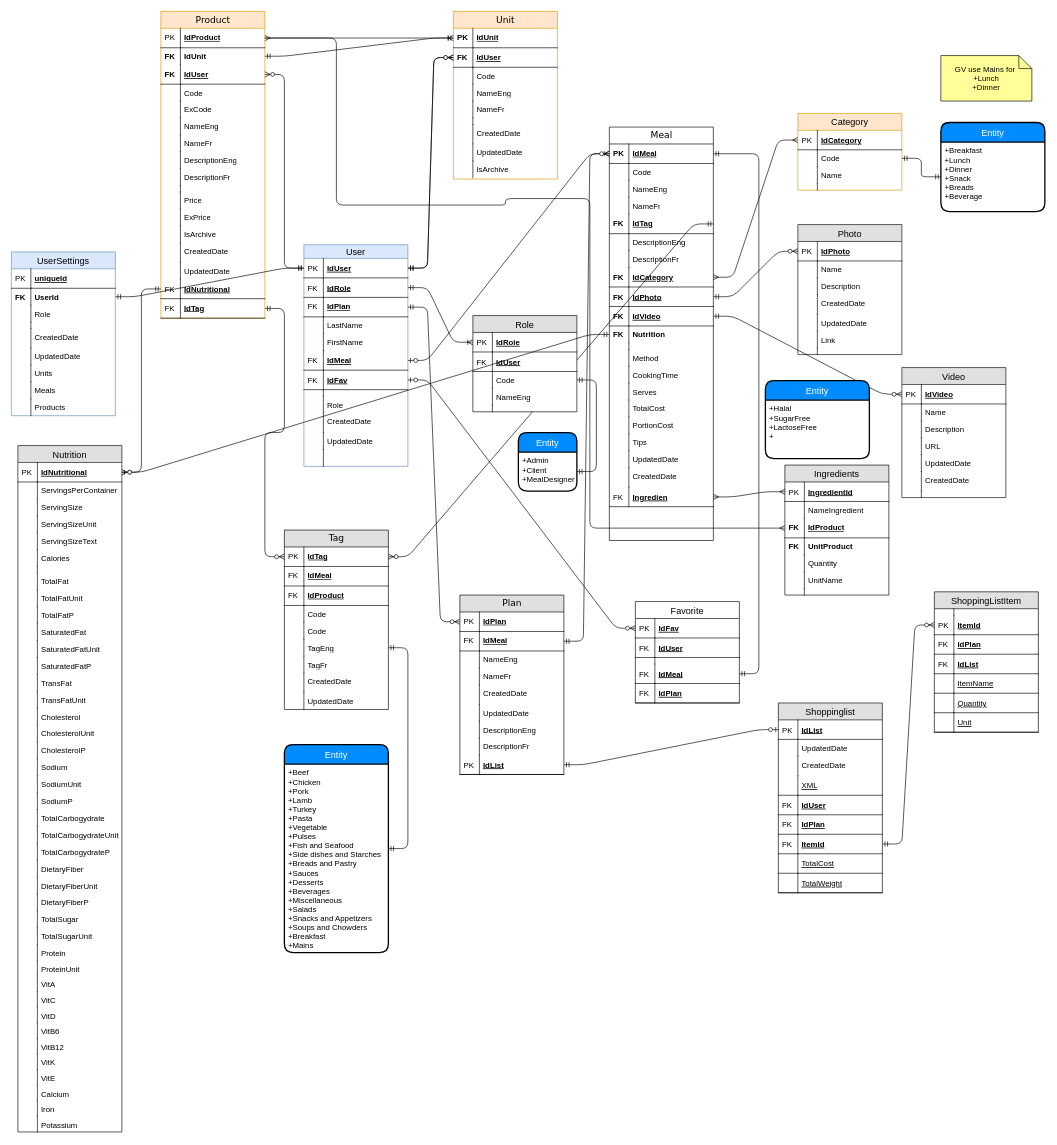
ElvinaCherepovich/MP_CivicTech keeps this draw.io diagram as MealPlannerErDiagram.drawio. Above is the earlier version. Source tidied: cells renumbered, new cells numbered last; positions are measured from the earlier drawing's top-left corner, leaving out a move shared by most shapes. Both pictures are drawn from the tidied source at 65%, with x=0, y=0 at pixel (11, 11).
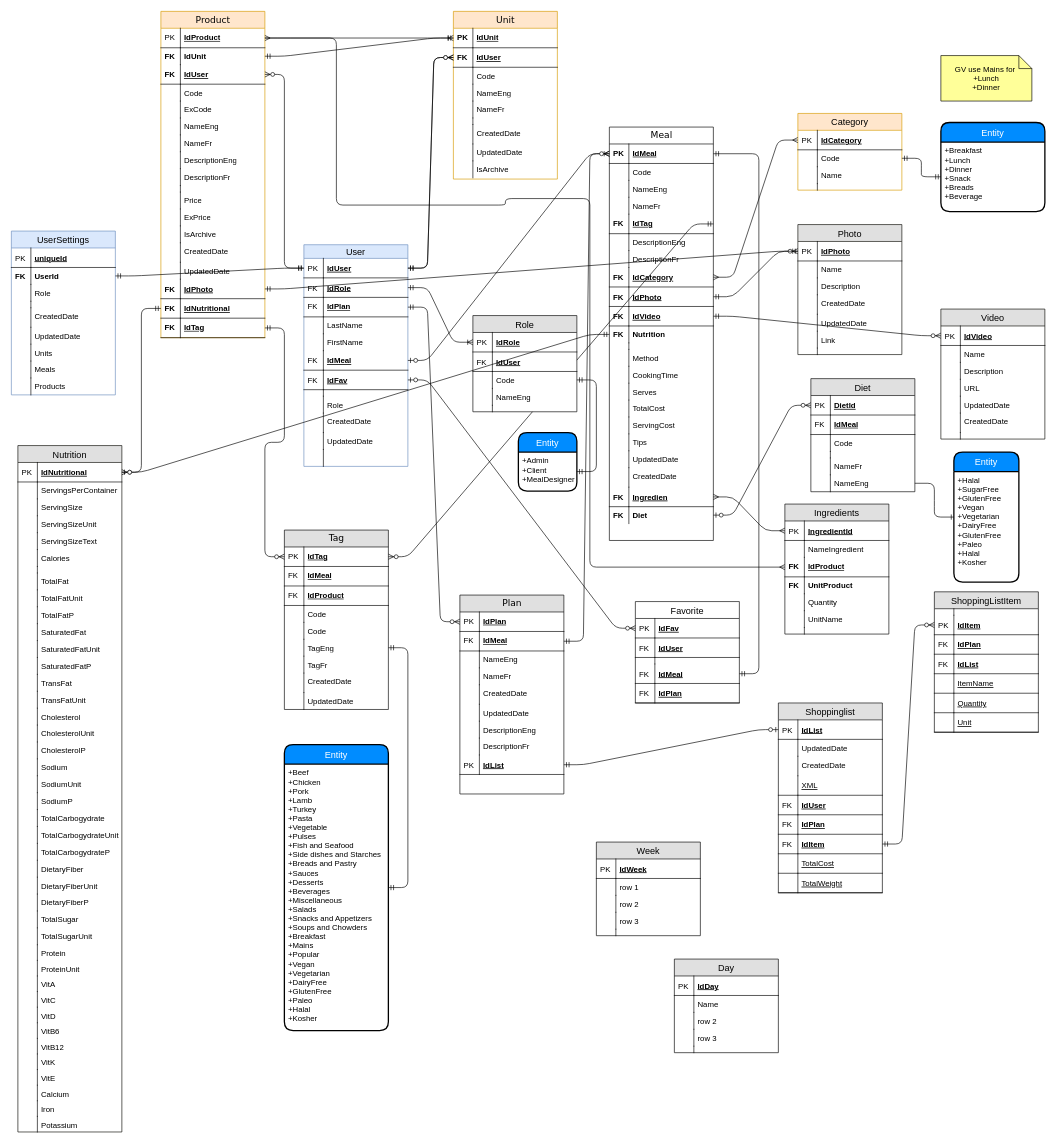
Above is the later version.

Unchanged cells that the change refers to:
```xml
<mxCell id="2" value="Meal" style="swimlane;html=1;fontStyle=0;horizontal=1;startSize=26;swimlaneFillColor=#ffffff;align=center;rounded=0;shadow=0;comic=0;labelBackgroundColor=none;strokeWidth=1;fontFamily=Verdana;fontSize=14;swimlaneLine=1;" parent="1" vertex="1">
  <mxGeometry x="920" y="178" width="160" height="636" as="geometry" />
</mxCell>
<mxCell id="43" value="Ingredien" style="shape=partialRectangle;top=0;left=0;right=0;bottom=1;align=left;verticalAlign=middle;fillColor=none;spacingLeft=34;spacingRight=4;overflow=hidden;points=[[0,0.5],[1,0.5]];portConstraint=eastwest;fontStyle=5;fontSize=12;" parent="2" vertex="1">
  <mxGeometry y="554" width="160" height="30" as="geometry" />
</mxCell>
<mxCell id="181" value="IdPhoto" style="shape=partialRectangle;top=0;left=0;right=0;bottom=1;align=left;verticalAlign=middle;fillColor=none;spacingLeft=34;spacingRight=4;overflow=hidden;points=[[0,0.5],[1,0.5]];portConstraint=eastwest;fontStyle=5;fontSize=12;" parent="180" vertex="1">
  <mxGeometry y="26" width="160" height="30" as="geometry" />
</mxCell>
<mxCell id="332" value="Shoppinglist" style="swimlane;fontStyle=0;horizontal=1;startSize=26;fillColor=#e0e0e0;swimlaneFillColor=#ffffff;align=center;fontSize=14;" parent="1" vertex="1">
  <mxGeometry x="1180" y="1064" width="160" height="292" as="geometry" />
</mxCell>
<mxCell id="351" value="ShoppingListItem" style="swimlane;fontStyle=0;horizontal=1;startSize=26;fillColor=#e0e0e0;swimlaneFillColor=#ffffff;align=center;fontSize=14;" parent="1" vertex="1">
  <mxGeometry x="1420" y="893" width="160" height="216" as="geometry" />
</mxCell>
```

What changed in the source:
```diff
@@
-    <mxCell id="35" value="PortionCost" style="shape=partialRectangle;top=0;left=0;right=0;bottom=0;html=1;align=left;verticalAlign=top;fillColor=none;spacingLeft=34;spacingRight=4;whiteSpace=wrap;overflow=hidden;fontStyle=0;" parent="2" vertex="1">
+    <mxCell id="35" value="ServingCost" style="shape=partialRectangle;top=0;left=0;right=0;bottom=0;html=1;align=left;verticalAlign=top;fillColor=none;spacingLeft=34;spacingRight=4;whiteSpace=wrap;overflow=hidden;fontStyle=0;" parent="2" vertex="1">
       <mxGeometry y="446" width="160" height="26" as="geometry" />
     </mxCell>
@@
-    <mxCell id="44" value="FK" style="shape=partialRectangle;top=0;left=0;bottom=0;fillColor=none;align=left;verticalAlign=middle;spacingLeft=4;spacingRight=4;overflow=hidden;fontSize=12;" parent="43" vertex="1">
+    <mxCell id="44" value="FK" style="shape=partialRectangle;top=0;left=0;bottom=0;fillColor=none;align=left;verticalAlign=middle;spacingLeft=4;spacingRight=4;overflow=hidden;fontSize=12;fontStyle=1;" parent="43" vertex="1">
       <mxGeometry width="30" height="30" as="geometry" />
     </mxCell>
+    <mxCell id="409" value="Diet" style="shape=partialRectangle;top=0;left=0;right=0;bottom=0;html=1;align=left;verticalAlign=top;fillColor=none;spacingLeft=34;spacingRight=4;whiteSpace=wrap;overflow=hidden;points=[[0,0.5],[1,0.5]];portConstraint=eastwest;fontStyle=1;" parent="2" vertex="1">
+      <mxGeometry y="584" width="160" height="26" as="geometry" />
+    </mxCell>
+    <mxCell id="410" value="FK" style="shape=partialRectangle;top=0;left=0;bottom=0;html=1;fillColor=none;align=left;verticalAlign=top;spacingLeft=4;spacingRight=4;whiteSpace=wrap;overflow=hidden;fontStyle=1;" parent="409" vertex="1">
+      <mxGeometry width="30" height="26" as="geometry" />
+    </mxCell>
     <mxCell id="45" value="Product" style="swimlane;html=1;fontStyle=0;horizontal=1;startSize=26;fillColor=#ffe6cc;swimlaneFillColor=#ffffff;align=center;rounded=0;shadow=0;comic=0;labelBackgroundColor=none;strokeWidth=1;fontFamily=Verdana;fontSize=14;strokeColor=#d79b00;" parent="1" vertex="1">
-      <mxGeometry x="230" width="160" height="472" as="geometry" />
+      <mxGeometry x="230" width="160" height="502" as="geometry" />
     </mxCell>
@@
+    <mxCell id="411" value="IdPhoto" style="shape=partialRectangle;top=0;left=0;right=0;bottom=1;align=left;verticalAlign=middle;fillColor=none;spacingLeft=34;spacingRight=4;overflow=hidden;points=[[0,0.5],[1,0.5]];portConstraint=eastwest;fontStyle=5;fontSize=12;" parent="45" vertex="1">
+      <mxGeometry y="412" width="160" height="30" as="geometry" />
+    </mxCell>
+    <mxCell id="412" value="FK" style="shape=partialRectangle;top=0;left=0;bottom=0;fillColor=none;align=left;verticalAlign=middle;spacingLeft=4;spacingRight=4;overflow=hidden;fontSize=12;fontStyle=1;" parent="411" vertex="1">
+      <mxGeometry width="30" height="30" as="geometry" />
+    </mxCell>
     <mxCell id="76" value="IdNutritional" style="shape=partialRectangle;top=0;left=0;right=0;bottom=1;align=left;verticalAlign=middle;fillColor=none;spacingLeft=34;spacingRight=4;overflow=hidden;points=[[0,0.5],[1,0.5]];portConstraint=eastwest;fontStyle=5;fontSize=12;" parent="45" vertex="1">
-      <mxGeometry y="412" width="160" height="30" as="geometry" />
+      <mxGeometry y="442" width="160" height="30" as="geometry" />
     </mxCell>
-    <mxCell id="77" value="FK" style="shape=partialRectangle;top=0;left=0;bottom=0;fillColor=none;align=left;verticalAlign=middle;spacingLeft=4;spacingRight=4;overflow=hidden;fontSize=12;" parent="76" vertex="1">
+    <mxCell id="77" value="FK" style="shape=partialRectangle;top=0;left=0;bottom=0;fillColor=none;align=left;verticalAlign=middle;spacingLeft=4;spacingRight=4;overflow=hidden;fontSize=12;fontStyle=1;" parent="76" vertex="1">
       <mxGeometry width="30" height="30" as="geometry" />
     </mxCell>
     <mxCell id="78" value="IdTag" style="shape=partialRectangle;top=0;left=0;right=0;bottom=1;html=1;align=left;verticalAlign=middle;fillColor=none;spacingLeft=34;spacingRight=4;whiteSpace=wrap;overflow=hidden;points=[[0,0.5],[1,0.5]];portConstraint=eastwest;fontStyle=5;" parent="45" vertex="1">
-      <mxGeometry y="442" width="160" height="30" as="geometry" />
+      <mxGeometry y="472" width="160" height="30" as="geometry" />
     </mxCell>
-    <mxCell id="79" value="FK" style="shape=partialRectangle;top=0;left=0;bottom=0;html=1;fillColor=none;align=left;verticalAlign=middle;spacingLeft=4;spacingRight=4;whiteSpace=wrap;overflow=hidden;" parent="78" vertex="1">
+    <mxCell id="79" value="&lt;b&gt;FK&lt;/b&gt;" style="shape=partialRectangle;top=0;left=0;bottom=0;html=1;fillColor=none;align=left;verticalAlign=middle;spacingLeft=4;spacingRight=4;whiteSpace=wrap;overflow=hidden;" parent="78" vertex="1">
       <mxGeometry width="30" height="30" as="geometry" />
     </mxCell>
@@
     <mxCell id="196" value="Video" style="swimlane;fontStyle=0;horizontal=1;startSize=26;fillColor=#e0e0e0;swimlaneFillColor=#ffffff;align=center;fontSize=14;strokeColor=#0A0A04;" parent="1" vertex="1">
-      <mxGeometry x="1370" y="548" width="160" height="200" as="geometry" />
+      <mxGeometry x="1430" y="458" width="160" height="200" as="geometry" />
     </mxCell>
@@
     <mxCell id="309" value="Plan" style="swimlane;html=1;fontStyle=0;horizontal=1;startSize=26;fillColor=#e0e0e0;swimlaneFillColor=#ffffff;align=center;rounded=0;shadow=0;comic=0;labelBackgroundColor=none;strokeWidth=1;fontFamily=Verdana;fontSize=14;" parent="1" vertex="1">
-      <mxGeometry x="690" y="898" width="160" height="276" as="geometry" />
+      <mxGeometry x="690" y="898" width="160" height="306" as="geometry" />
     </mxCell>
@@
-    <mxCell id="345" value="ItemId" style="shape=partialRectangle;top=0;left=0;right=0;bottom=1;align=left;verticalAlign=middle;fillColor=none;spacingLeft=34;spacingRight=4;overflow=hidden;points=[[0,0.5],[1,0.5]];portConstraint=eastwest;fontStyle=5;fontSize=12;" parent="332" vertex="1">
+    <mxCell id="345" value="IdItem" style="shape=partialRectangle;top=0;left=0;right=0;bottom=1;align=left;verticalAlign=middle;fillColor=none;spacingLeft=34;spacingRight=4;overflow=hidden;points=[[0,0.5],[1,0.5]];portConstraint=eastwest;fontStyle=5;fontSize=12;" parent="332" vertex="1">
       <mxGeometry y="202" width="160" height="30" as="geometry" />
     </mxCell>
@@
-    <mxCell id="354" value="ItemId" style="shape=partialRectangle;top=0;left=0;right=0;bottom=1;align=left;verticalAlign=middle;fillColor=none;spacingLeft=34;spacingRight=4;overflow=hidden;points=[[0,0.5],[1,0.5]];portConstraint=eastwest;fontStyle=5;fontSize=12;" parent="351" vertex="1">
+    <mxCell id="354" value="IdItem" style="shape=partialRectangle;top=0;left=0;right=0;bottom=1;align=left;verticalAlign=middle;fillColor=none;spacingLeft=34;spacingRight=4;overflow=hidden;points=[[0,0.5],[1,0.5]];portConstraint=eastwest;fontStyle=5;fontSize=12;" parent="351" vertex="1">
       <mxGeometry y="36" width="160" height="30" as="geometry" />
     </mxCell>
@@
     <mxCell id="368" value="Ingredients" style="swimlane;fontStyle=0;horizontal=1;startSize=26;fillColor=#e0e0e0;swimlaneFillColor=#ffffff;align=center;fontSize=14;" parent="1" vertex="1">
-      <mxGeometry x="1190" y="698" width="160" height="200" as="geometry" />
+      <mxGeometry x="1190" y="758" width="160" height="200" as="geometry" />
     </mxCell>
@@
     <mxCell id="384" value="Entity" style="swimlane;horizontal=1;startSize=30;fillColor=#008cff;fontColor=#FFFFFF;rounded=1;fontSize=14;fontStyle=0;strokeWidth=2;shadow=0;dashed=0;align=center;" parent="1" vertex="1">
-      <mxGeometry x="1160" y="568" width="160" height="120" as="geometry" />
+      <mxGeometry x="1450" y="678" width="100" height="200" as="geometry" />
     </mxCell>
-    <mxCell id="385" value="+Halal&#10;+SugarFree&#10;+LactoseFree&#10;+" style="align=left;strokeColor=none;fillColor=none;spacingLeft=4;fontSize=12;verticalAlign=top;" parent="384" vertex="1">
-      <mxGeometry y="30" width="160" height="90" as="geometry" />
+    <mxCell id="385" value="+Halal&#10;+SugarFree&#10;+GlutenFree&#10;+Vegan&#10;+Vegetarian&#10;+DairyFree&#10;+GlutenFree&#10;+Paleo&#10;+Halal&#10;+Kosher" style="align=left;strokeColor=none;fillColor=none;spacingLeft=4;fontSize=12;verticalAlign=top;" parent="384" vertex="1">
+      <mxGeometry y="30" width="100" height="170" as="geometry" />
     </mxCell>
     <mxCell id="386" value="UserSettings" style="swimlane;fontStyle=0;horizontal=1;startSize=26;fillColor=#dae8fc;swimlaneFillColor=#ffffff;align=center;fontSize=14;strokeColor=#6c8ebf;" parent="1" vertex="1">
-      <mxGeometry y="370" width="160" height="252" as="geometry" />
+      <mxGeometry y="338" width="160" height="252" as="geometry" />
     </mxCell>
@@
     <mxCell id="406" value="Entity" style="swimlane;horizontal=1;startSize=30;fillColor=#008cff;fontColor=#FFFFFF;rounded=1;fontSize=14;fontStyle=0;strokeWidth=2;shadow=0;dashed=0;align=center;" parent="1" vertex="1">
-      <mxGeometry x="420" y="1128" width="160" height="320" as="geometry" />
+      <mxGeometry x="420" y="1128" width="160" height="440" as="geometry" />
     </mxCell>
-    <mxCell id="407" value="+Beef&#10;+Chicken&#10;+Pork&#10;+Lamb&#10;+Turkey&#10;+Pasta&#10;+Vegetable &#10;+Pulses &#10;+Fish and Seafood&#10;+Side dishes and Starches&#10;+Breads and Pastry&#10;+Sauces&#10;+Desserts&#10;+Beverages&#10;+Miscellaneous&#10;+Salads&#10;+Snacks and Appetizers&#10;+Soups and Chowders&#10;+Breakfast&#10;+Mains&#10;" style="align=left;strokeColor=none;fillColor=none;spacingLeft=4;fontSize=12;verticalAlign=top;" parent="406" vertex="1">
-      <mxGeometry y="30" width="160" height="290" as="geometry" />
+    <mxCell id="407" value="+Beef&#10;+Chicken&#10;+Pork&#10;+Lamb&#10;+Turkey&#10;+Pasta&#10;+Vegetable &#10;+Pulses &#10;+Fish and Seafood&#10;+Side dishes and Starches&#10;+Breads and Pastry&#10;+Sauces&#10;+Desserts&#10;+Beverages&#10;+Miscellaneous&#10;+Salads&#10;+Snacks and Appetizers&#10;+Soups and Chowders&#10;+Breakfast&#10;+Mains&#10;+Popular&#10;+Vegan&#10;+Vegetarian&#10;+DairyFree&#10;+GlutenFree&#10;+Paleo&#10;+Halal&#10;+Kosher&#10;" style="align=left;strokeColor=none;fillColor=none;spacingLeft=4;fontSize=12;verticalAlign=top;" parent="406" vertex="1">
+      <mxGeometry y="30" width="160" height="410" as="geometry" />
     </mxCell>
@@
+    <mxCell id="413" value="Diet" style="swimlane;fontStyle=0;horizontal=1;startSize=26;fillColor=#e0e0e0;swimlaneFillColor=#ffffff;align=center;fontSize=14;" parent="1" vertex="1">
+      <mxGeometry x="1230" y="565" width="160" height="174" as="geometry" />
+    </mxCell>
+    <mxCell id="414" value="DietId" style="shape=partialRectangle;top=0;left=0;right=0;bottom=1;align=left;verticalAlign=middle;fillColor=none;spacingLeft=34;spacingRight=4;overflow=hidden;points=[[0,0.5],[1,0.5]];portConstraint=eastwest;fontStyle=5;fontSize=12;" parent="413" vertex="1">
+      <mxGeometry y="26" width="160" height="30" as="geometry" />
+    </mxCell>
+    <mxCell id="415" value="PK" style="shape=partialRectangle;top=0;left=0;bottom=0;fillColor=none;align=left;verticalAlign=middle;spacingLeft=4;spacingRight=4;overflow=hidden;fontSize=12;" parent="414" vertex="1">
+      <mxGeometry width="30" height="30" as="geometry" />
+    </mxCell>
+    <mxCell id="416" value="IdMeal" style="shape=partialRectangle;top=0;left=0;right=0;bottom=1;html=1;align=left;verticalAlign=middle;fillColor=none;spacingLeft=34;spacingRight=4;whiteSpace=wrap;overflow=hidden;fontStyle=5;" parent="413" vertex="1">
+      <mxGeometry y="56" width="160" height="30" as="geometry" />
+    </mxCell>
+    <mxCell id="417" value="FK" style="shape=partialRectangle;top=0;left=0;bottom=0;html=1;fillColor=none;align=left;verticalAlign=middle;spacingLeft=4;spacingRight=4;whiteSpace=wrap;overflow=hidden;" parent="416" vertex="1">
+      <mxGeometry width="30" height="30" as="geometry" />
+    </mxCell>
+    <mxCell id="418" value="Code" style="shape=partialRectangle;top=0;left=0;right=0;bottom=0;align=left;verticalAlign=top;fillColor=none;spacingLeft=34;spacingRight=4;overflow=hidden;fontSize=12;" parent="413" vertex="1">
+      <mxGeometry y="86" width="160" height="26" as="geometry" />
+    </mxCell>
+    <mxCell id="419" style="shape=partialRectangle;top=0;left=0;bottom=0;fillColor=none;align=left;verticalAlign=top;spacingLeft=4;spacingRight=4;overflow=hidden;fontSize=12;" parent="418" vertex="1">
+      <mxGeometry width="30" height="26" as="geometry" />
+    </mxCell>
+    <mxCell id="420" style="shape=partialRectangle;top=0;left=0;right=0;bottom=0;align=left;verticalAlign=top;fillColor=none;spacingLeft=34;spacingRight=4;overflow=hidden;fontSize=12;" parent="413" vertex="1">
+      <mxGeometry y="112" width="160" height="10" as="geometry" />
+    </mxCell>
+    <mxCell id="421" style="shape=partialRectangle;top=0;left=0;bottom=0;fillColor=none;align=left;verticalAlign=top;spacingLeft=4;spacingRight=4;overflow=hidden;fontSize=12;" parent="420" vertex="1">
+      <mxGeometry width="30" height="10" as="geometry" />
+    </mxCell>
+    <mxCell id="422" value="NameFr" style="shape=partialRectangle;top=0;left=0;right=0;bottom=0;align=left;verticalAlign=top;fillColor=none;spacingLeft=34;spacingRight=4;overflow=hidden;fontSize=12;" parent="413" vertex="1">
+      <mxGeometry y="122" width="160" height="26" as="geometry" />
+    </mxCell>
+    <mxCell id="423" style="shape=partialRectangle;top=0;left=0;bottom=0;fillColor=none;align=left;verticalAlign=top;spacingLeft=4;spacingRight=4;overflow=hidden;fontSize=12;" parent="422" vertex="1">
+      <mxGeometry width="30" height="26" as="geometry" />
+    </mxCell>
+    <mxCell id="424" value="NameEng" style="shape=partialRectangle;top=0;left=0;right=0;bottom=0;align=left;verticalAlign=top;fillColor=none;spacingLeft=34;spacingRight=4;overflow=hidden;points=[[0,0.5],[1,0.5]];portConstraint=eastwest;fontSize=12;" parent="413" vertex="1">
+      <mxGeometry y="148" width="160" height="26" as="geometry" />
+    </mxCell>
+    <mxCell id="425" style="shape=partialRectangle;top=0;left=0;bottom=0;fillColor=none;align=left;verticalAlign=top;spacingLeft=4;spacingRight=4;overflow=hidden;fontSize=12;" parent="424" vertex="1">
+      <mxGeometry width="30" height="26" as="geometry" />
+    </mxCell>
+    <mxCell id="426" style="edgeStyle=entityRelationEdgeStyle;fontSize=12;html=1;endArrow=ERzeroToMany;startArrow=ERzeroToOne;" parent="1" edge="1" source="409" target="414">
+      <mxGeometry relative="1" as="geometry" />
+    </mxCell>
+    <mxCell id="427" style="edgeStyle=entityRelationEdgeStyle;fontSize=12;html=1;endArrow=ERone;endFill=1;" parent="1" edge="1" source="424" target="384">
+      <mxGeometry relative="1" as="geometry" />
+    </mxCell>
+    <mxCell id="428" style="edgeStyle=entityRelationEdgeStyle;fontSize=12;html=1;endArrow=ERmandOne;startArrow=ERmandOne;" parent="1" edge="1" source="411" target="181">
+      <mxGeometry relative="1" as="geometry" />
+    </mxCell>
+    <mxCell id="429" value="Day" style="swimlane;fontStyle=0;horizontal=1;startSize=26;fillColor=#e0e0e0;swimlaneFillColor=#ffffff;align=center;fontSize=14;" parent="1" vertex="1">
+      <mxGeometry x="1020" y="1458" width="160" height="144" as="geometry" />
+    </mxCell>
+    <mxCell id="430" value="IdDay" style="shape=partialRectangle;top=0;left=0;right=0;bottom=1;align=left;verticalAlign=middle;fillColor=none;spacingLeft=34;spacingRight=4;overflow=hidden;fontStyle=5;fontSize=12;" parent="429" vertex="1">
+      <mxGeometry y="26" width="160" height="30" as="geometry" />
+    </mxCell>
+    <mxCell id="431" value="PK" style="shape=partialRectangle;top=0;left=0;bottom=0;fillColor=none;align=left;verticalAlign=middle;spacingLeft=4;spacingRight=4;overflow=hidden;fontSize=12;" parent="430" vertex="1">
+      <mxGeometry width="30" height="30" as="geometry" />
+    </mxCell>
+    <mxCell id="432" value="Name" style="shape=partialRectangle;top=0;left=0;right=0;bottom=0;align=left;verticalAlign=top;fillColor=none;spacingLeft=34;spacingRight=4;overflow=hidden;fontSize=12;" parent="429" vertex="1">
+      <mxGeometry y="56" width="160" height="26" as="geometry" />
+    </mxCell>
+    <mxCell id="433" style="shape=partialRectangle;top=0;left=0;bottom=0;fillColor=none;align=left;verticalAlign=top;spacingLeft=4;spacingRight=4;overflow=hidden;fontSize=12;" parent="432" vertex="1">
+      <mxGeometry width="30" height="26" as="geometry" />
+    </mxCell>
+    <mxCell id="434" value="row 2" style="shape=partialRectangle;top=0;left=0;right=0;bottom=0;align=left;verticalAlign=top;fillColor=none;spacingLeft=34;spacingRight=4;overflow=hidden;fontSize=12;" parent="429" vertex="1">
+      <mxGeometry y="82" width="160" height="26" as="geometry" />
+    </mxCell>
+    <mxCell id="435" style="shape=partialRectangle;top=0;left=0;bottom=0;fillColor=none;align=left;verticalAlign=top;spacingLeft=4;spacingRight=4;overflow=hidden;fontSize=12;" parent="434" vertex="1">
+      <mxGeometry width="30" height="26" as="geometry" />
+    </mxCell>
+    <mxCell id="436" value="row 3" style="shape=partialRectangle;top=0;left=0;right=0;bottom=0;align=left;verticalAlign=top;fillColor=none;spacingLeft=34;spacingRight=4;overflow=hidden;fontSize=12;" parent="429" vertex="1">
+      <mxGeometry y="108" width="160" height="26" as="geometry" />
+    </mxCell>
+    <mxCell id="437" style="shape=partialRectangle;top=0;left=0;bottom=0;fillColor=none;align=left;verticalAlign=top;spacingLeft=4;spacingRight=4;overflow=hidden;fontSize=12;" parent="436" vertex="1">
+      <mxGeometry width="30" height="26" as="geometry" />
+    </mxCell>
+    <mxCell id="438" style="shape=partialRectangle;top=0;left=0;right=0;bottom=0;align=left;verticalAlign=top;fillColor=none;spacingLeft=34;spacingRight=4;overflow=hidden;fontSize=12;" parent="429" vertex="1">
+      <mxGeometry y="134" width="160" height="10" as="geometry" />
+    </mxCell>
+    <mxCell id="439" style="shape=partialRectangle;top=0;left=0;bottom=0;fillColor=none;align=left;verticalAlign=top;spacingLeft=4;spacingRight=4;overflow=hidden;fontSize=12;" parent="438" vertex="1">
+      <mxGeometry width="30" height="10" as="geometry" />
+    </mxCell>
+    <mxCell id="440" value="Week" style="swimlane;fontStyle=0;horizontal=1;startSize=26;fillColor=#e0e0e0;swimlaneFillColor=#ffffff;align=center;fontSize=14;" parent="1" vertex="1">
+      <mxGeometry x="900" y="1278" width="160" height="144" as="geometry" />
+    </mxCell>
+    <mxCell id="441" value="IdWeek" style="shape=partialRectangle;top=0;left=0;right=0;bottom=1;align=left;verticalAlign=middle;fillColor=none;spacingLeft=34;spacingRight=4;overflow=hidden;fontStyle=5;fontSize=12;" parent="440" vertex="1">
+      <mxGeometry y="26" width="160" height="30" as="geometry" />
+    </mxCell>
+    <mxCell id="442" value="PK" style="shape=partialRectangle;top=0;left=0;bottom=0;fillColor=none;align=left;verticalAlign=middle;spacingLeft=4;spacingRight=4;overflow=hidden;fontSize=12;" parent="441" vertex="1">
+      <mxGeometry width="30" height="30" as="geometry" />
+    </mxCell>
+    <mxCell id="443" value="row 1" style="shape=partialRectangle;top=0;left=0;right=0;bottom=0;align=left;verticalAlign=top;fillColor=none;spacingLeft=34;spacingRight=4;overflow=hidden;fontSize=12;" parent="440" vertex="1">
+      <mxGeometry y="56" width="160" height="26" as="geometry" />
+    </mxCell>
+    <mxCell id="444" style="shape=partialRectangle;top=0;left=0;bottom=0;fillColor=none;align=left;verticalAlign=top;spacingLeft=4;spacingRight=4;overflow=hidden;fontSize=12;" parent="443" vertex="1">
+      <mxGeometry width="30" height="26" as="geometry" />
+    </mxCell>
+    <mxCell id="445" value="row 2" style="shape=partialRectangle;top=0;left=0;right=0;bottom=0;align=left;verticalAlign=top;fillColor=none;spacingLeft=34;spacingRight=4;overflow=hidden;fontSize=12;" parent="440" vertex="1">
+      <mxGeometry y="82" width="160" height="26" as="geometry" />
+    </mxCell>
+    <mxCell id="446" style="shape=partialRectangle;top=0;left=0;bottom=0;fillColor=none;align=left;verticalAlign=top;spacingLeft=4;spacingRight=4;overflow=hidden;fontSize=12;" parent="445" vertex="1">
+      <mxGeometry width="30" height="26" as="geometry" />
+    </mxCell>
+    <mxCell id="447" value="row 3" style="shape=partialRectangle;top=0;left=0;right=0;bottom=0;align=left;verticalAlign=top;fillColor=none;spacingLeft=34;spacingRight=4;overflow=hidden;fontSize=12;" parent="440" vertex="1">
+      <mxGeometry y="108" width="160" height="26" as="geometry" />
+    </mxCell>
+    <mxCell id="448" style="shape=partialRectangle;top=0;left=0;bottom=0;fillColor=none;align=left;verticalAlign=top;spacingLeft=4;spacingRight=4;overflow=hidden;fontSize=12;" parent="447" vertex="1">
+      <mxGeometry width="30" height="26" as="geometry" />
+    </mxCell>
+    <mxCell id="449" style="shape=partialRectangle;top=0;left=0;right=0;bottom=0;align=left;verticalAlign=top;fillColor=none;spacingLeft=34;spacingRight=4;overflow=hidden;fontSize=12;" parent="440" vertex="1">
+      <mxGeometry y="134" width="160" height="10" as="geometry" />
+    </mxCell>
+    <mxCell id="450" style="shape=partialRectangle;top=0;left=0;bottom=0;fillColor=none;align=left;verticalAlign=top;spacingLeft=4;spacingRight=4;overflow=hidden;fontSize=12;" parent="449" vertex="1">
+      <mxGeometry width="30" height="10" as="geometry" />
+    </mxCell>
```
